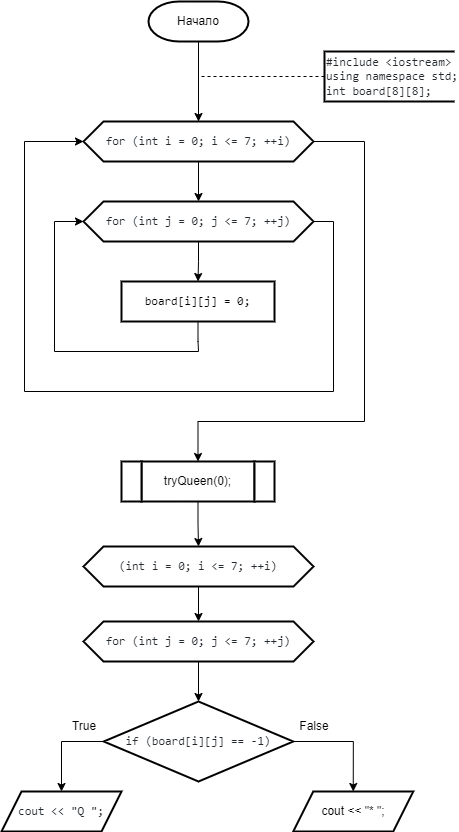
IlyaFedoseev227/LABS-PNRPU-IVT-22-1b keeps this draw.io diagram as 2 Семестр/Labs/1 Лаба(8 ферзей)/8 ферзей.png. Above is the earlier version. Source tidied: cells renumbered, new cells last; positions are measured from the earlier drawing's top-left corner, leaving out a move shared by most shapes.
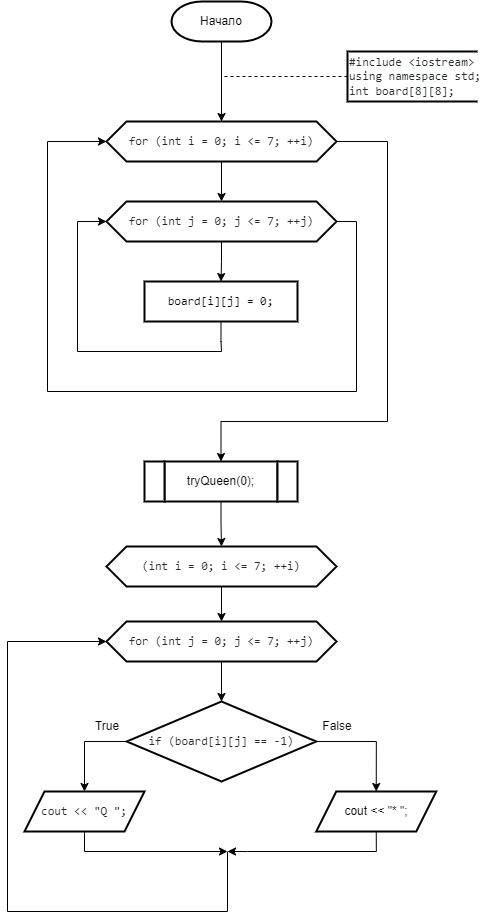
Later version of the same file.

Change to the diagram source:
```diff
@@ -88,6 +88,16 @@
     <mxCell id="23" style="edgeStyle=orthogonalEdgeStyle;rounded=0;jettySize=auto;html=1;exitX=1;exitY=0.5;exitDx=0;exitDy=0;entryX=0.5;entryY=0;entryDx=0;entryDy=0;" parent="1" edge="1" source="24" target="28">
       <mxGeometry relative="1" as="geometry" />
     </mxCell>
+    <mxCell id="29" style="edgeStyle=orthogonalEdgeStyle;rounded=0;jettySize=auto;html=1;entryX=0;entryY=0.5;entryDx=0;entryDy=0;" parent="1" edge="1" target="21">
+      <mxGeometry relative="1" as="geometry">
+        <mxPoint x="203" y="850" as="sourcePoint" />
+        <Array as="points">
+          <mxPoint x="203" y="910" />
+          <mxPoint x="-17" y="910" />
+          <mxPoint x="-17" y="640" />
+        </Array>
+      </mxGeometry>
+    </mxCell>
     <mxCell id="24" value="&lt;div style=&quot;text-align: start;&quot;&gt;&lt;font face=&quot;ui-monospace, SFMono-Regular, SF Mono, Menlo, Consolas, Liberation Mono, monospace&quot; color=&quot;#24292f&quot;&gt;if (board[i][j] == -1)&lt;/font&gt;&lt;br&gt;&lt;/div&gt;" style="rhombus;whiteSpace=wrap;html=1;strokeWidth=2;" parent="1" vertex="1">
       <mxGeometry x="102.2" y="700" width="189.5" height="80" as="geometry" />
     </mxCell>
@@ -97,9 +107,26 @@
     <mxCell id="26" value="False" style="text;html=1;strokeColor=none;fillColor=none;align=center;verticalAlign=middle;whiteSpace=wrap;rounded=0;strokeWidth=2;" parent="1" vertex="1">
       <mxGeometry x="283" y="710" width="60" height="30" as="geometry" />
     </mxCell>
+    <mxCell id="30" style="edgeStyle=orthogonalEdgeStyle;rounded=0;jettySize=auto;html=1;exitX=0.5;exitY=1;exitDx=0;exitDy=0;" parent="1" edge="1" source="27">
+      <mxGeometry relative="1" as="geometry">
+        <mxPoint x="203" y="850" as="targetPoint" />
+        <Array as="points">
+          <mxPoint x="60" y="850" />
+        </Array>
+      </mxGeometry>
+    </mxCell>
     <mxCell id="27" value="&lt;div style=&quot;text-align: start;&quot;&gt;&lt;font face=&quot;ui-monospace, SFMono-Regular, SF Mono, Menlo, Consolas, Liberation Mono, monospace&quot; color=&quot;#24292f&quot;&gt;cout &amp;lt;&amp;lt; &quot;Q &quot;;&lt;/font&gt;&lt;br&gt;&lt;/div&gt;" style="shape=parallelogram;perimeter=parallelogramPerimeter;whiteSpace=wrap;html=1;fixedSize=1;strokeWidth=2;size=20;" parent="1" vertex="1">
       <mxGeometry y="790" width="120" height="40" as="geometry" />
     </mxCell>
+    <mxCell id="31" style="edgeStyle=orthogonalEdgeStyle;rounded=0;jettySize=auto;html=1;exitX=0.5;exitY=1;exitDx=0;exitDy=0;" parent="1" edge="1" source="28">
+      <mxGeometry relative="1" as="geometry">
+        <mxPoint x="203" y="850" as="targetPoint" />
+        <Array as="points">
+          <mxPoint x="352" y="850" />
+          <mxPoint x="223" y="850" />
+        </Array>
+      </mxGeometry>
+    </mxCell>
     <mxCell id="28" value="cout &lt;&lt; &quot;* &quot;;" style="shape=parallelogram;perimeter=parallelogramPerimeter;whiteSpace=wrap;html=1;fixedSize=1;strokeWidth=2;size=20;" parent="1" vertex="1">
       <mxGeometry x="291.8" y="790" width="120" height="40" as="geometry" />
     </mxCell>
```
